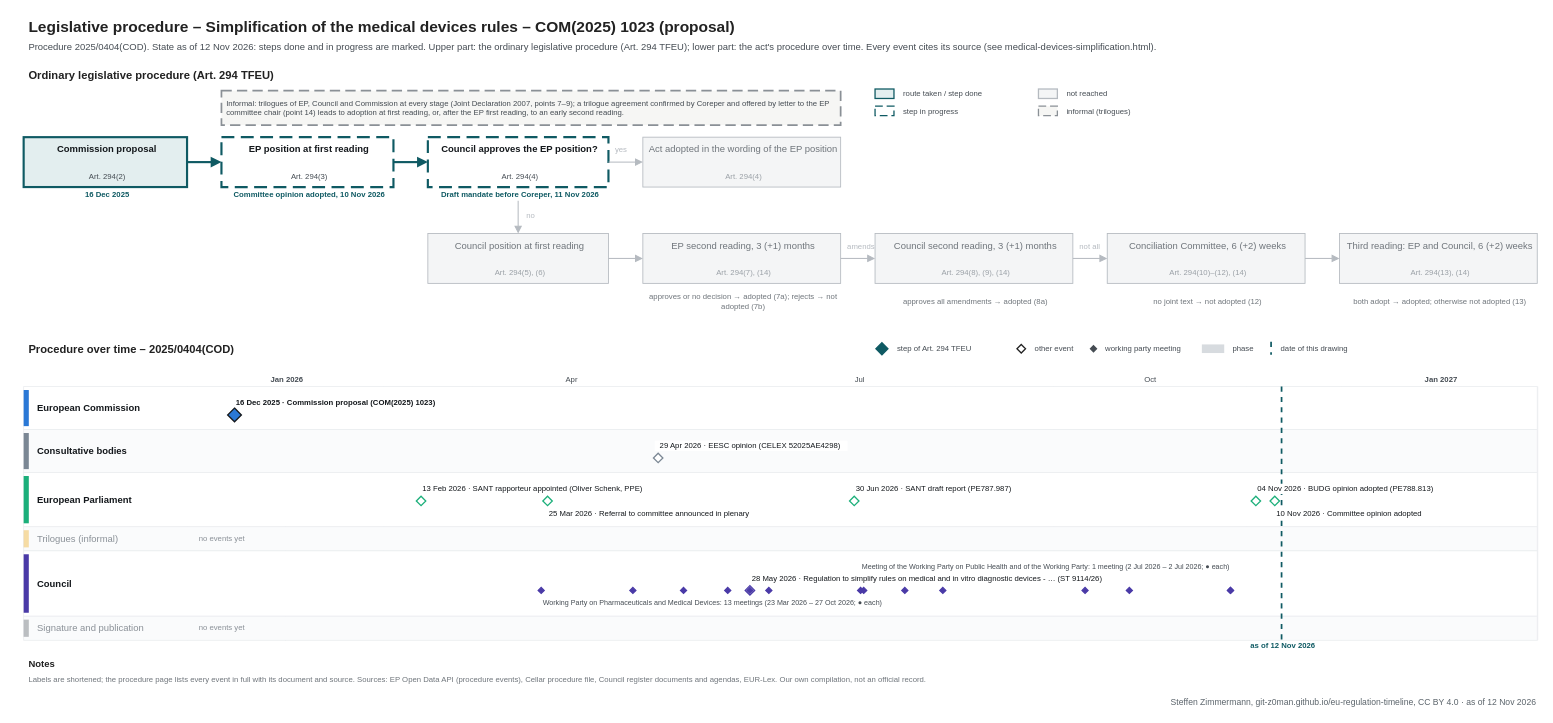
Before: procedures/medical-devices-simplification.drawio in git-z0man/eu-regulation-timeline, a draw.io diagram. Source tidied: cells renumbered, new cells numbered last; positions are measured from the earlier drawing's top-left corner, leaving out a move shared by most shapes. Both pictures are drawn from the tidied source at 86%, with x=0, y=0 at pixel (15, 15).
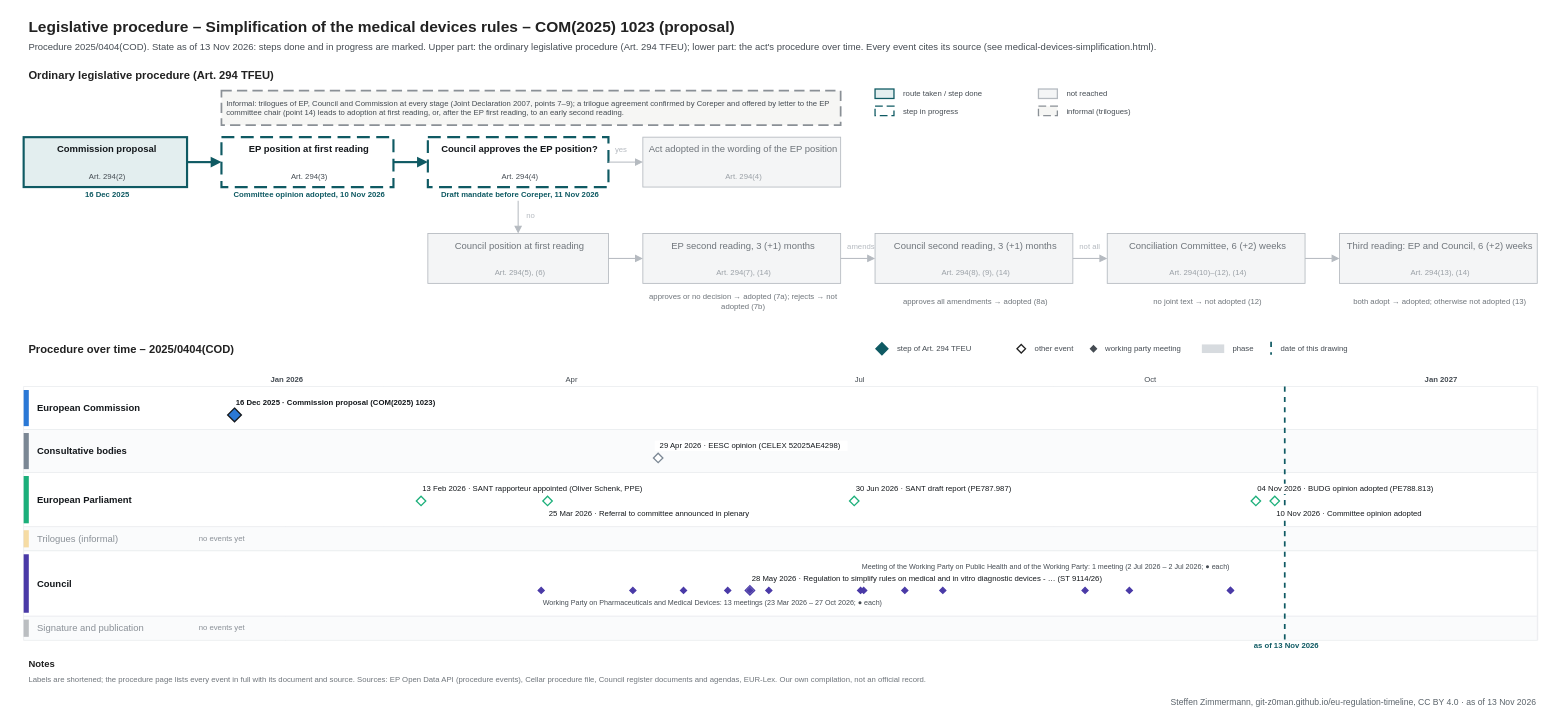
Above is the later version.

Diff of the diagram source:
```diff
@@
-    <mxCell id="3" value="Procedure 2025/0404(COD). State as of 12 Nov 2026: steps done and in progress are marked. Upper part: the ordinary legislative procedure (Art. 294 TFEU); lower part: the act's procedure over time. Every event cites its source (see medical-devices-simplification.html)." style="text;html=1;fontSize=11;fontColor=#454c53;align=left;verticalAlign=middle;spacingLeft=4;" parent="1" vertex="1">
+    <mxCell id="3" value="Procedure 2025/0404(COD). State as of 13 Nov 2026: steps done and in progress are marked. Upper part: the ordinary legislative procedure (Art. 294 TFEU); lower part: the act's procedure over time. Every event cites its source (see medical-devices-simplification.html)." style="text;html=1;fontSize=11;fontColor=#454c53;align=left;verticalAlign=middle;spacingLeft=4;" parent="1" vertex="1">
       <mxGeometry x="10" y="28" width="1700" height="18" as="geometry" />
     </mxCell>
@@
     <mxCell id="112" style="line;html=1;strokeWidth=2;strokeColor=#0f5a63;direction=south;dashed=1;" parent="1" vertex="1">
-      <mxGeometry x="1472.2" y="432" width="1" height="295" as="geometry" />
+      <mxGeometry x="1475.9" y="432" width="1" height="295" as="geometry" />
     </mxCell>
-    <mxCell id="113" value="as of 12 Nov 2026" style="text;html=1;fontSize=9;fontColor=#0f5a63;align=center;verticalAlign=middle;spacingLeft=4;fontStyle=1;" parent="1" vertex="1">
-      <mxGeometry x="1412.2" y="728" width="120" height="12" as="geometry" />
+    <mxCell id="113" value="as of 13 Nov 2026" style="text;html=1;fontSize=9;fontColor=#0f5a63;align=center;verticalAlign=middle;spacingLeft=4;fontStyle=1;" parent="1" vertex="1">
+      <mxGeometry x="1415.9" y="728" width="120" height="12" as="geometry" />
     </mxCell>
@@
-    <mxCell id="148" value="Steffen Zimmermann, git-z0man.github.io/eu-regulation-timeline, CC BY 4.0 · as of 12 Nov 2026" style="text;html=1;fontSize=10;fontColor=#5b646b;align=right;verticalAlign=middle;spacingLeft=4;" parent="1" vertex="1">
+    <mxCell id="148" value="Steffen Zimmermann, git-z0man.github.io/eu-regulation-timeline, CC BY 4.0 · as of 13 Nov 2026" style="text;html=1;fontSize=10;fontColor=#5b646b;align=right;verticalAlign=middle;spacingLeft=4;" parent="1" vertex="1">
       <mxGeometry x="10" y="791" width="1760" height="16" as="geometry" />
     </mxCell>
```
